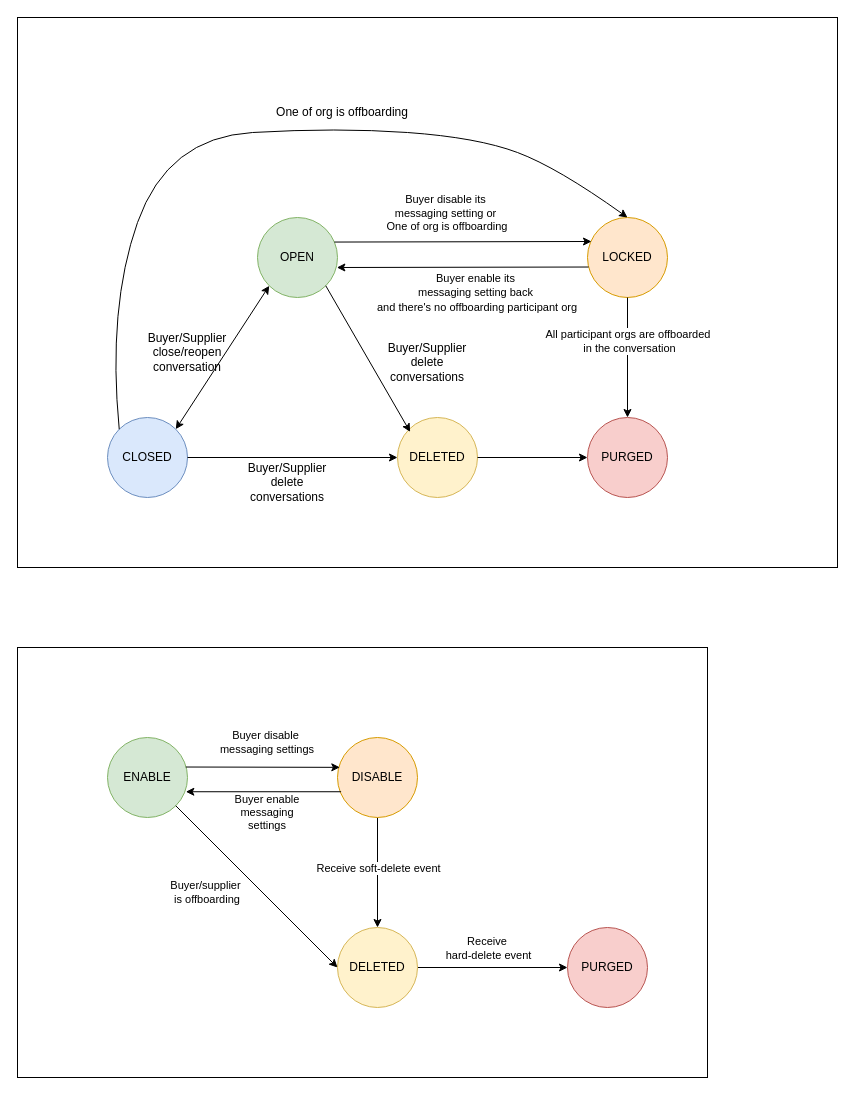
This is page "Page-4" (4 of 5) of messaging.drawio from huangshijie/Drawio, a draw.io file, before an edit. Source tidied: cells renumbered, new cells numbered last; positions are measured from the earlier drawing's top-left corner, leaving out a move shared by most shapes. Both pictures are drawn from the tidied source at 100%, with x=0, y=0 at pixel (17, 17).
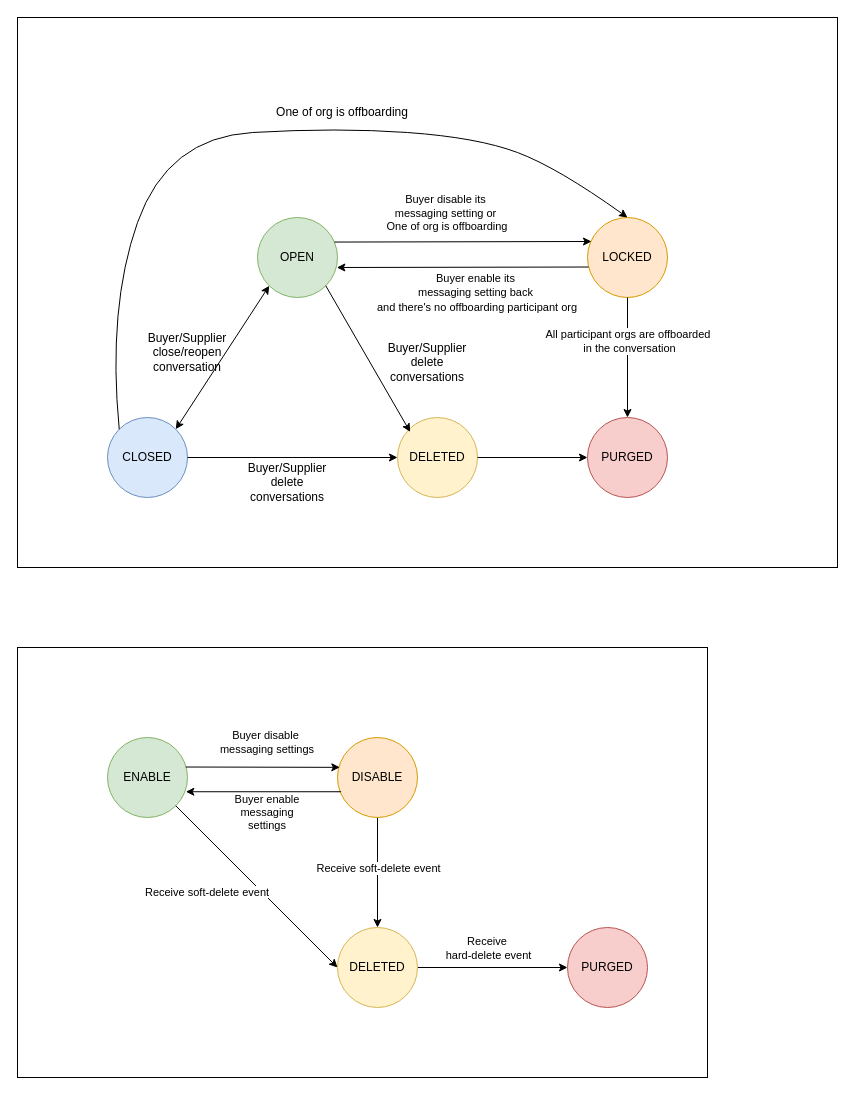
The same page after the edit.

What changed in the source:
```diff
@@
-    <mxCell id="35" value="&lt;span style=&quot;text-wrap-mode: nowrap; background-color: rgb(255, 255, 255);&quot;&gt;Buyer/supplier&amp;nbsp;&lt;/span&gt;&lt;div&gt;&lt;span style=&quot;text-wrap-mode: nowrap; background-color: rgb(255, 255, 255);&quot;&gt;is offboarding&lt;/span&gt;&lt;/div&gt;" style="text;html=1;whiteSpace=wrap;strokeColor=none;fillColor=none;align=center;verticalAlign=middle;rounded=0;fontSize=11;" parent="1" vertex="1">
+    <mxCell id="35" value="&lt;span style=&quot;text-wrap-mode: nowrap; background-color: rgb(255, 255, 255);&quot;&gt;Receive soft-delete event&lt;/span&gt;" style="text;html=1;whiteSpace=wrap;strokeColor=none;fillColor=none;align=center;verticalAlign=middle;rounded=0;fontSize=11;" parent="1" vertex="1">
       <mxGeometry x="160" y="860" width="60" height="30" as="geometry" />
     </mxCell>
```
